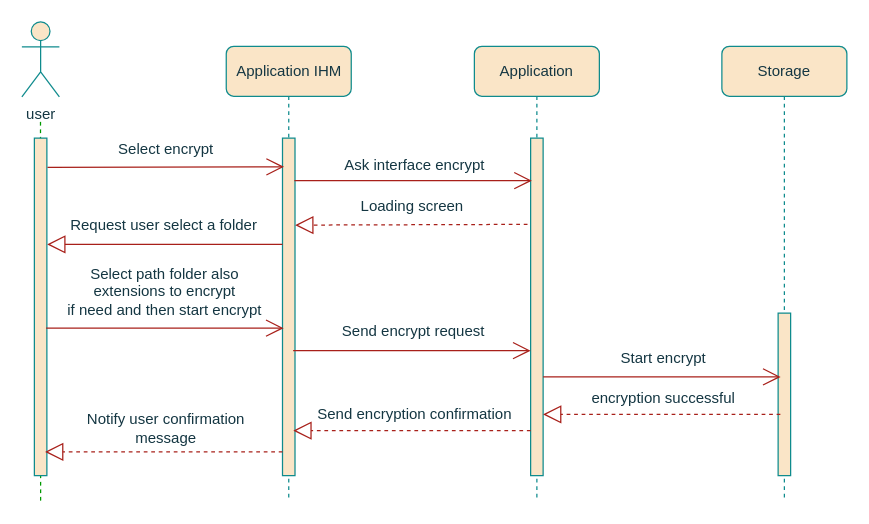
Above: EasySave3.0 Encrypt.drawio in Weicheng178/UML (draw.io), before the change. Source tidied: cells renumbered, new cells numbered last; positions are measured from the earlier drawing's top-left corner, leaving out a move shared by most shapes. Both pictures are drawn from the tidied source at 125%, with x=0, y=0 at pixel (21, 21).
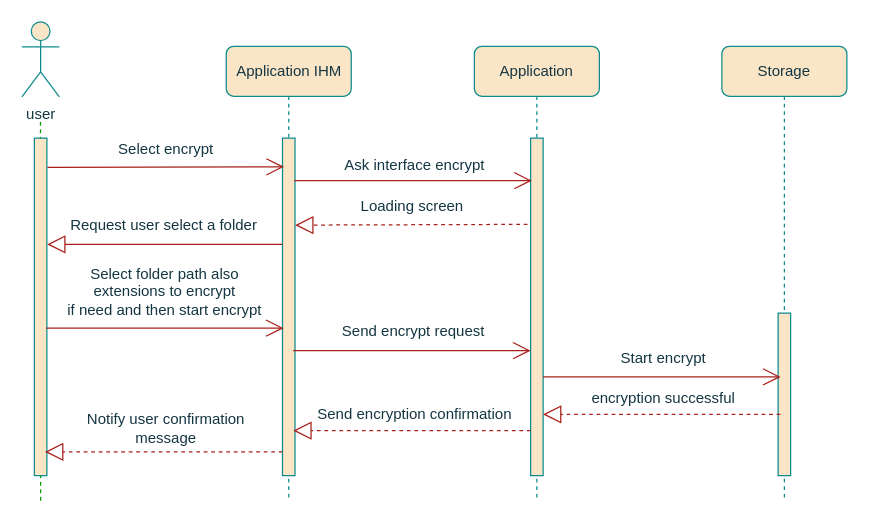
Above is the later version.

Change to the diagram source:
```diff
@@
-    <mxCell id="15" value="Select path folder also &lt;br&gt;extensions to encrypt&lt;br&gt;if need and then start encrypt" style="text;html=1;align=center;verticalAlign=middle;strokeColor=none;fillColor=none;rounded=1;fontColor=#143642;" parent="1" vertex="1">
+    <mxCell id="15" value="Select folder path&amp;nbsp;also &lt;br&gt;extensions to encrypt&lt;br&gt;if need and then start encrypt" style="text;html=1;align=center;verticalAlign=middle;strokeColor=none;fillColor=none;rounded=1;fontColor=#143642;" parent="1" vertex="1">
       <mxGeometry x="24.4" y="186" width="180" height="60" as="geometry" />
     </mxCell>
```
